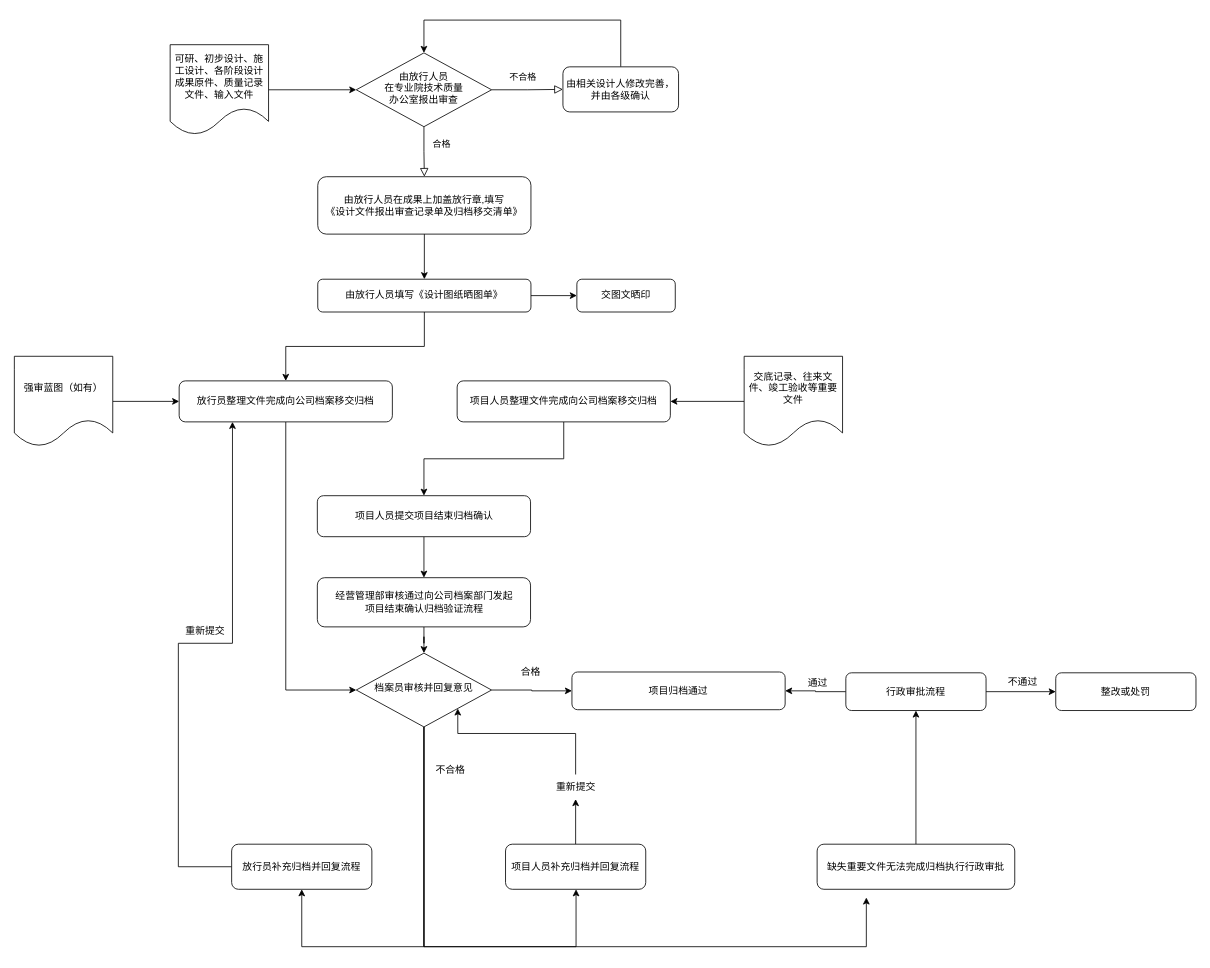
Earlier version of the draw.io diagram Untitled Diagram.drawio (Theresaaaaa/Bomberman). Source tidied: cells renumbered, new cells numbered last; positions are measured from the earlier drawing's top-left corner, leaving out a move shared by most shapes. Both pictures are drawn from the tidied source at 82%, with x=0, y=0 at pixel (14, 20).
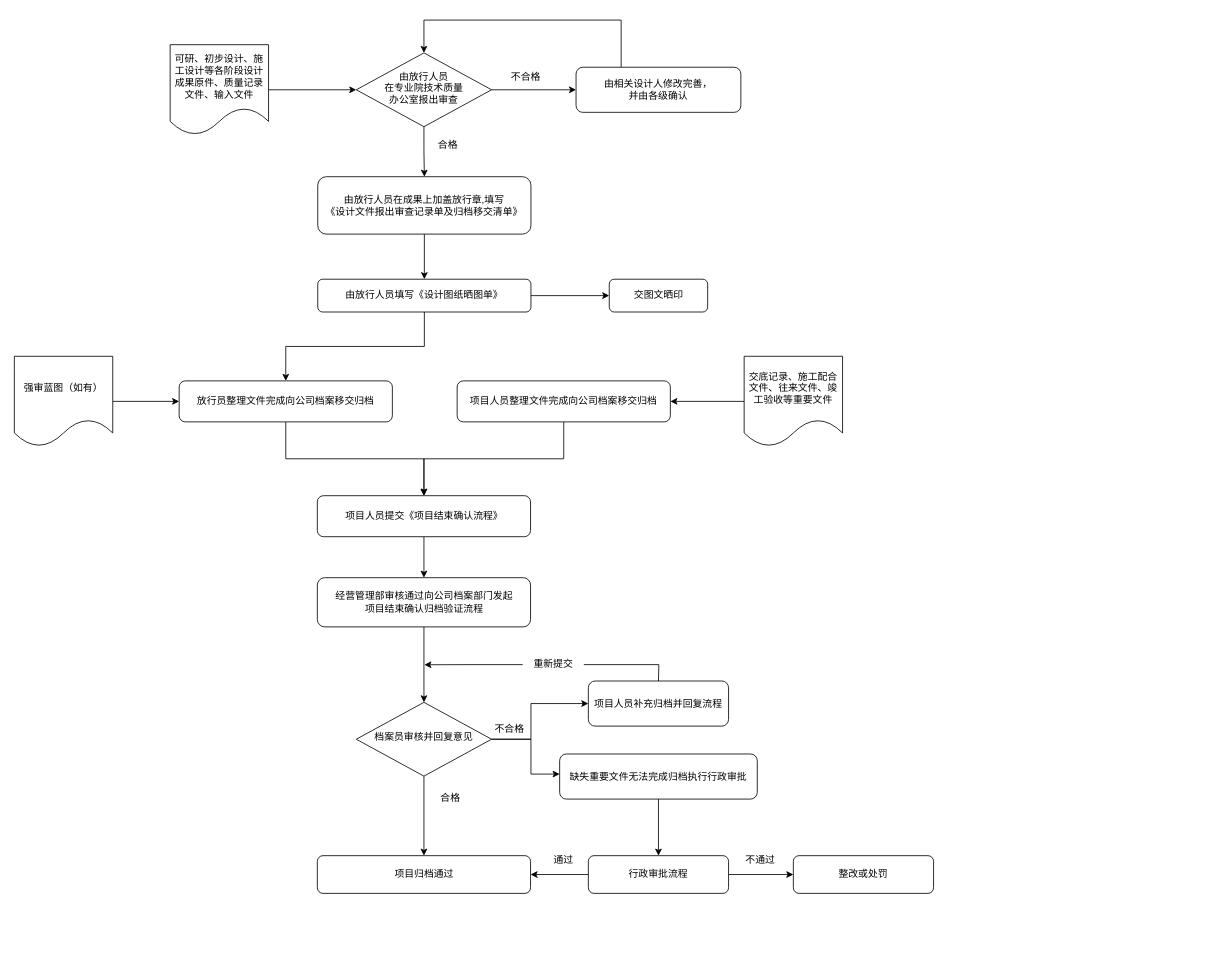
Above is the later version.

Unchanged cells that the change refers to:
```xml
<mxCell id="4" value="由放行人员&lt;br&gt;在专业院技术质量&lt;br&gt;办公室报出审查" style="rhombus;whiteSpace=wrap;html=1;shadow=0;fontFamily=Helvetica;fontSize=12;align=center;strokeWidth=1;spacing=6;spacingTop=-4;" parent="1" vertex="1">
  <mxGeometry x="417" y="40" width="165" height="90" as="geometry" />
</mxCell>
<mxCell id="8" value="由放行人员在成果上加盖放行章,填写&lt;br&gt;《设计文件报出审查记录单及归档移交清单》" style="rounded=1;whiteSpace=wrap;html=1;fontSize=12;glass=0;strokeWidth=1;shadow=0;" parent="1" vertex="1">
  <mxGeometry x="370" y="191" width="260" height="70" as="geometry" />
</mxCell>
<mxCell id="14" value="放行员整理文件完成向公司档案移交归档" style="rounded=1;whiteSpace=wrap;html=1;fontSize=12;glass=0;strokeWidth=1;shadow=0;" parent="1" vertex="1">
  <mxGeometry x="201" y="440" width="260" height="50" as="geometry" />
</mxCell>
```

What changed in the source:
```diff
@@
-    <mxCell id="2" value="合格" style="rounded=0;html=1;jettySize=auto;fontSize=11;endArrow=block;endFill=0;endSize=8;strokeWidth=1;shadow=0;labelBackgroundColor=none;edgeStyle=orthogonalEdgeStyle;entryX=0.5;entryY=0;entryDx=0;entryDy=0;" parent="1" edge="1" source="4" target="8">
-      <mxGeometry x="-0.32" y="21" relative="1" as="geometry" />
-    </mxCell>
-    <mxCell id="3" value="不合格" style="edgeStyle=orthogonalEdgeStyle;rounded=0;html=1;jettySize=auto;fontSize=11;endArrow=block;endFill=0;endSize=8;strokeWidth=1;shadow=0;labelBackgroundColor=none;" parent="1" edge="1" source="4" target="6">
-      <mxGeometry x="-0.13" y="15" relative="1" as="geometry" />
-    </mxCell>
+    <mxCell id="50" style="edgeStyle=orthogonalEdgeStyle;rounded=0;jettySize=auto;html=1;exitX=0.5;exitY=1;exitDx=0;exitDy=0;" parent="1" edge="1" source="4" target="8">
+      <mxGeometry relative="1" as="geometry" />
+    </mxCell>
+    <mxCell id="51" style="edgeStyle=orthogonalEdgeStyle;rounded=0;jettySize=auto;html=1;entryX=0;entryY=0.5;entryDx=0;entryDy=0;" parent="1" edge="1" source="4" target="6">
+      <mxGeometry relative="1" as="geometry" />
+    </mxCell>
@@
-    <mxCell id="6" value="由相关设计人修改完善，并由各级确认" style="rounded=1;whiteSpace=wrap;html=1;fontSize=12;glass=0;strokeWidth=1;shadow=0;" parent="1" vertex="1">
-      <mxGeometry x="669" y="57" width="141" height="55" as="geometry" />
+    <mxCell id="6" value="由相关设计人修改完善，&lt;br&gt;并由各级确认" style="rounded=1;whiteSpace=wrap;html=1;fontSize=12;glass=0;strokeWidth=1;shadow=0;" parent="1" vertex="1">
+      <mxGeometry x="685" y="57.5" width="201" height="55" as="geometry" />
     </mxCell>
@@
     <mxCell id="12" value="交图文晒印" style="rounded=1;whiteSpace=wrap;html=1;fontSize=12;glass=0;strokeWidth=1;shadow=0;" parent="1" vertex="1">
-      <mxGeometry x="686" y="316" width="120" height="40" as="geometry" />
+      <mxGeometry x="725.5" y="316" width="120" height="40" as="geometry" />
     </mxCell>
-    <mxCell id="13" style="edgeStyle=orthogonalEdgeStyle;rounded=0;jettySize=auto;html=1;entryX=0;entryY=0.5;entryDx=0;entryDy=0;" parent="1" edge="1" source="14" target="31">
-      <mxGeometry relative="1" as="geometry" />
-    </mxCell>
+    <mxCell id="52" style="edgeStyle=orthogonalEdgeStyle;rounded=0;jettySize=auto;html=1;entryX=0.5;entryY=0;entryDx=0;entryDy=0;" parent="1" edge="1" source="14" target="16">
+      <mxGeometry relative="1" as="geometry" />
+    </mxCell>
@@
-    <mxCell id="16" value="项目人员提交项目结束归档确认" style="rounded=1;whiteSpace=wrap;html=1;fontSize=12;glass=0;strokeWidth=1;shadow=0;" parent="1" vertex="1">
+    <mxCell id="16" value="项目人员提交《项目结束确认流程》" style="rounded=1;whiteSpace=wrap;html=1;fontSize=12;glass=0;strokeWidth=1;shadow=0;" parent="1" vertex="1">
       <mxGeometry x="369.5" y="580" width="260" height="50" as="geometry" />
     </mxCell>
@@
-    <mxCell id="18" value="交底记录、往来文件、竣工验收等重要文件" style="shape=document;whiteSpace=wrap;html=1;boundedLbl=1;" parent="1" vertex="1">
+    <mxCell id="18" value="交底记录、施工配合文件、往来文件、竣工验收等重要文件" style="shape=document;whiteSpace=wrap;html=1;boundedLbl=1;" parent="1" vertex="1">
       <mxGeometry x="890" y="410" width="120" height="110" as="geometry" />
     </mxCell>
@@
-    <mxCell id="22" value="可研、初步设计、施工设计、各阶段设计成果原件、质量记录文件、输入文件" style="shape=document;whiteSpace=wrap;html=1;boundedLbl=1;" parent="1" vertex="1">
+    <mxCell id="22" value="可研、初步设计、施工设计等各阶段设计成果原件、质量记录文件、输入文件" style="shape=document;whiteSpace=wrap;html=1;boundedLbl=1;" parent="1" vertex="1">
       <mxGeometry x="190" y="30" width="120" height="110" as="geometry" />
     </mxCell>
@@
-    <mxCell id="27" style="edgeStyle=orthogonalEdgeStyle;rounded=0;jettySize=auto;html=1;entryX=0;entryY=0.5;entryDx=0;entryDy=0;" parent="1" edge="1" source="31" target="34">
+    <mxCell id="27" style="edgeStyle=orthogonalEdgeStyle;rounded=0;jettySize=auto;html=1;" parent="1" edge="1" source="31" target="34">
       <mxGeometry relative="1" as="geometry" />
     </mxCell>
-    <mxCell id="28" style="edgeStyle=orthogonalEdgeStyle;rounded=0;jettySize=auto;html=1;" parent="1" edge="1" source="31" target="33">
+    <mxCell id="28" style="edgeStyle=orthogonalEdgeStyle;rounded=0;jettySize=auto;html=1;exitX=1;exitY=0.5;exitDx=0;exitDy=0;entryX=0;entryY=0.5;entryDx=0;entryDy=0;" parent="1" edge="1" source="31" target="33">
       <mxGeometry relative="1" as="geometry">
         <Array as="points">
-          <mxPoint x="500" y="1130" />
-          <mxPoint x="685" y="1130" />
+          <mxPoint x="630" y="877" />
+          <mxPoint x="630" y="834" />
         </Array>
       </mxGeometry>
     </mxCell>
-    <mxCell id="29" style="edgeStyle=orthogonalEdgeStyle;rounded=0;jettySize=auto;html=1;" parent="1" edge="1" source="31">
-      <mxGeometry relative="1" as="geometry">
-        <mxPoint x="1039" y="1070" as="targetPoint" />
-        <Array as="points">
-          <mxPoint x="500" y="1130" />
-          <mxPoint x="1039" y="1130" />
-        </Array>
-      </mxGeometry>
-    </mxCell>
-    <mxCell id="30" style="edgeStyle=orthogonalEdgeStyle;rounded=0;jettySize=auto;html=1;entryX=0.5;entryY=1;entryDx=0;entryDy=0;" parent="1" edge="1" source="31" target="46">
-      <mxGeometry relative="1" as="geometry">
-        <Array as="points">
-          <mxPoint x="500" y="1130" />
-          <mxPoint x="351" y="1130" />
-        </Array>
-      </mxGeometry>
-    </mxCell>
+    <mxCell id="53" style="edgeStyle=orthogonalEdgeStyle;rounded=0;jettySize=auto;html=1;exitX=1;exitY=0.5;exitDx=0;exitDy=0;entryX=0;entryY=0.5;entryDx=0;entryDy=0;" parent="1" edge="1" source="31">
+      <mxGeometry relative="1" as="geometry">
+        <mxPoint x="665" y="919.5" as="targetPoint" />
+        <Array as="points">
+          <mxPoint x="630" y="877" />
+          <mxPoint x="630" y="920" />
+        </Array>
+      </mxGeometry>
+    </mxCell>
     <mxCell id="31" value="档案员审核并回复意见" style="rhombus;whiteSpace=wrap;html=1;shadow=0;fontFamily=Helvetica;fontSize=12;align=center;strokeWidth=1;spacing=6;spacingTop=-4;" parent="1" vertex="1">
-      <mxGeometry x="417" y="772" width="165" height="90" as="geometry" />
+      <mxGeometry x="417" y="832" width="165" height="90" as="geometry" />
     </mxCell>
-    <mxCell id="32" style="edgeStyle=orthogonalEdgeStyle;rounded=0;jettySize=auto;html=1;entryX=0.5;entryY=1;entryDx=0;entryDy=0;" parent="1" edge="1" source="33" target="36">
-      <mxGeometry relative="1" as="geometry" />
-    </mxCell>
     <mxCell id="33" value="项目人员补充归档并回复流程" style="rounded=1;whiteSpace=wrap;html=1;fontSize=12;glass=0;strokeWidth=1;shadow=0;" parent="1" vertex="1">
-      <mxGeometry x="599" y="1005" width="171" height="55" as="geometry" />
+      <mxGeometry x="700" y="806" width="171" height="55" as="geometry" />
     </mxCell>
     <mxCell id="34" value="项目归档通过" style="rounded=1;whiteSpace=wrap;html=1;fontSize=12;glass=0;strokeWidth=1;shadow=0;" parent="1" vertex="1">
-      <mxGeometry x="680" y="795" width="260" height="46" as="geometry" />
+      <mxGeometry x="369.5" y="1019" width="260" height="46" as="geometry" />
     </mxCell>
-    <mxCell id="35" style="edgeStyle=orthogonalEdgeStyle;rounded=0;jettySize=auto;html=1;entryX=1;entryY=1;entryDx=0;entryDy=0;exitX=0.5;exitY=0;exitDx=0;exitDy=0;" parent="1" edge="1" source="36" target="31">
-      <mxGeometry relative="1" as="geometry">
-        <Array as="points">
-          <mxPoint x="685" y="870" />
-          <mxPoint x="541" y="870" />
-        </Array>
-      </mxGeometry>
-    </mxCell>
-    <mxCell id="36" value="重新提交" style="text;html=1;strokeColor=none;fillColor=none;align=center;verticalAlign=middle;whiteSpace=wrap;rounded=0;" parent="1" vertex="1">
-      <mxGeometry x="654.5" y="920" width="60" height="30" as="geometry" />
-    </mxCell>
@@
     <mxCell id="38" value="缺失重要文件无法完成归档执行行政审批" style="rounded=1;whiteSpace=wrap;html=1;fontSize=12;glass=0;strokeWidth=1;shadow=0;" parent="1" vertex="1">
-      <mxGeometry x="979" y="1005" width="241" height="55" as="geometry" />
+      <mxGeometry x="665" y="895" width="241" height="55" as="geometry" />
     </mxCell>
+    <mxCell id="40" style="edgeStyle=orthogonalEdgeStyle;rounded=0;jettySize=auto;html=1;entryX=0;entryY=0.5;entryDx=0;entryDy=0;" parent="1" edge="1" source="41" target="43">
+      <mxGeometry relative="1" as="geometry" />
+    </mxCell>
@@
-    <mxCell id="40" style="edgeStyle=orthogonalEdgeStyle;rounded=0;jettySize=auto;html=1;entryX=0;entryY=0.5;entryDx=0;entryDy=0;" parent="1" edge="1" source="41" target="43">
-      <mxGeometry relative="1" as="geometry" />
-    </mxCell>
     <mxCell id="41" value="行政审批流程" style="rounded=1;whiteSpace=wrap;html=1;fontSize=12;glass=0;strokeWidth=1;shadow=0;" parent="1" vertex="1">
-      <mxGeometry x="1014" y="796" width="171" height="46" as="geometry" />
+      <mxGeometry x="700" y="1019" width="171" height="46" as="geometry" />
     </mxCell>
     <mxCell id="42" value="通过" style="text;html=1;strokeColor=none;fillColor=none;align=center;verticalAlign=middle;whiteSpace=wrap;rounded=0;" parent="1" vertex="1">
-      <mxGeometry x="950" y="793" width="60" height="30" as="geometry" />
+      <mxGeometry x="640" y="1010" width="60" height="30" as="geometry" />
     </mxCell>
     <mxCell id="43" value="整改或处罚" style="rounded=1;whiteSpace=wrap;html=1;fontSize=12;glass=0;strokeWidth=1;shadow=0;" parent="1" vertex="1">
-      <mxGeometry x="1270" y="796" width="171" height="46" as="geometry" />
+      <mxGeometry x="950" y="1019" width="171" height="46" as="geometry" />
     </mxCell>
     <mxCell id="44" value="不通过" style="text;html=1;strokeColor=none;fillColor=none;align=center;verticalAlign=middle;whiteSpace=wrap;rounded=0;" parent="1" vertex="1">
-      <mxGeometry x="1200" y="792" width="60" height="30" as="geometry" />
+      <mxGeometry x="880" y="1010" width="60" height="30" as="geometry" />
     </mxCell>
-    <mxCell id="45" style="edgeStyle=orthogonalEdgeStyle;rounded=0;jettySize=auto;html=1;entryX=0.25;entryY=1;entryDx=0;entryDy=0;" parent="1" edge="1" source="46" target="14">
-      <mxGeometry relative="1" as="geometry">
-        <Array as="points">
-          <mxPoint x="200" y="1033" />
-          <mxPoint x="200" y="760" />
-          <mxPoint x="266" y="760" />
-        </Array>
-      </mxGeometry>
-    </mxCell>
-    <mxCell id="46" value="放行员补充归档并回复流程" style="rounded=1;whiteSpace=wrap;html=1;fontSize=12;glass=0;strokeWidth=1;shadow=0;" parent="1" vertex="1">
-      <mxGeometry x="265" y="1005" width="171" height="55" as="geometry" />
-    </mxCell>
-    <mxCell id="47" value="重新提交" style="text;html=1;strokeColor=none;fillColor=none;align=center;verticalAlign=middle;whiteSpace=wrap;rounded=0;" parent="1" vertex="1">
-      <mxGeometry x="201" y="730" width="64" height="30" as="geometry" />
-    </mxCell>
-    <mxCell id="48" value="不合格" style="text;html=1;strokeColor=none;fillColor=none;align=center;verticalAlign=middle;whiteSpace=wrap;rounded=0;" parent="1" vertex="1">
-      <mxGeometry x="500" y="900" width="64" height="30" as="geometry" />
+    <mxCell id="48" value="合格" style="text;html=1;strokeColor=none;fillColor=none;align=center;verticalAlign=middle;whiteSpace=wrap;rounded=0;" parent="1" vertex="1">
+      <mxGeometry x="500" y="933.5" width="64" height="30" as="geometry" />
     </mxCell>
-    <mxCell id="49" value="合格" style="text;html=1;strokeColor=none;fillColor=none;align=center;verticalAlign=middle;whiteSpace=wrap;rounded=0;" parent="1" vertex="1">
-      <mxGeometry x="580" y="780" width="100" height="30" as="geometry" />
+    <mxCell id="49" value="不合格" style="text;html=1;strokeColor=none;fillColor=none;align=center;verticalAlign=middle;whiteSpace=wrap;rounded=0;" parent="1" vertex="1">
+      <mxGeometry x="554" y="850" width="100" height="30" as="geometry" />
     </mxCell>
+    <mxCell id="54" style="edgeStyle=orthogonalEdgeStyle;rounded=0;jettySize=auto;html=1;exitX=0;exitY=0.5;exitDx=0;exitDy=0;" parent="1" edge="1" source="36">
+      <mxGeometry relative="1" as="geometry">
+        <mxPoint x="500" y="786.2" as="targetPoint" />
+      </mxGeometry>
+    </mxCell>
+    <mxCell id="36" value="&amp;nbsp; &amp;nbsp;重新提交&amp;nbsp; &amp;nbsp;" style="text;html=1;strokeColor=none;fillColor=none;align=center;verticalAlign=middle;whiteSpace=wrap;rounded=0;" parent="1" vertex="1">
+      <mxGeometry x="620" y="771" width="74.5" height="30" as="geometry" />
+    </mxCell>
+    <mxCell id="32" style="endArrow=none;html=1;rounded=0;entryX=1;entryY=0.5;entryDx=0;entryDy=0;exitX=0.5;exitY=0;exitDx=0;exitDy=0;" parent="1" edge="1" source="33" target="36">
+      <mxGeometry relative="1" as="geometry">
+        <Array as="points">
+          <mxPoint x="786" y="786" />
+        </Array>
+      </mxGeometry>
+    </mxCell>
+    <mxCell id="2" value="合格" style="text;html=1;strokeColor=none;fillColor=none;align=center;verticalAlign=middle;whiteSpace=wrap;rounded=0;" parent="1" vertex="1">
+      <mxGeometry x="499" y="138" width="60" height="30" as="geometry" />
+    </mxCell>
+    <mxCell id="3" value="不合格" style="text;html=1;strokeColor=none;fillColor=none;align=center;verticalAlign=middle;whiteSpace=wrap;rounded=0;" parent="1" vertex="1">
+      <mxGeometry x="594" y="55" width="60" height="30" as="geometry" />
+    </mxCell>
```
